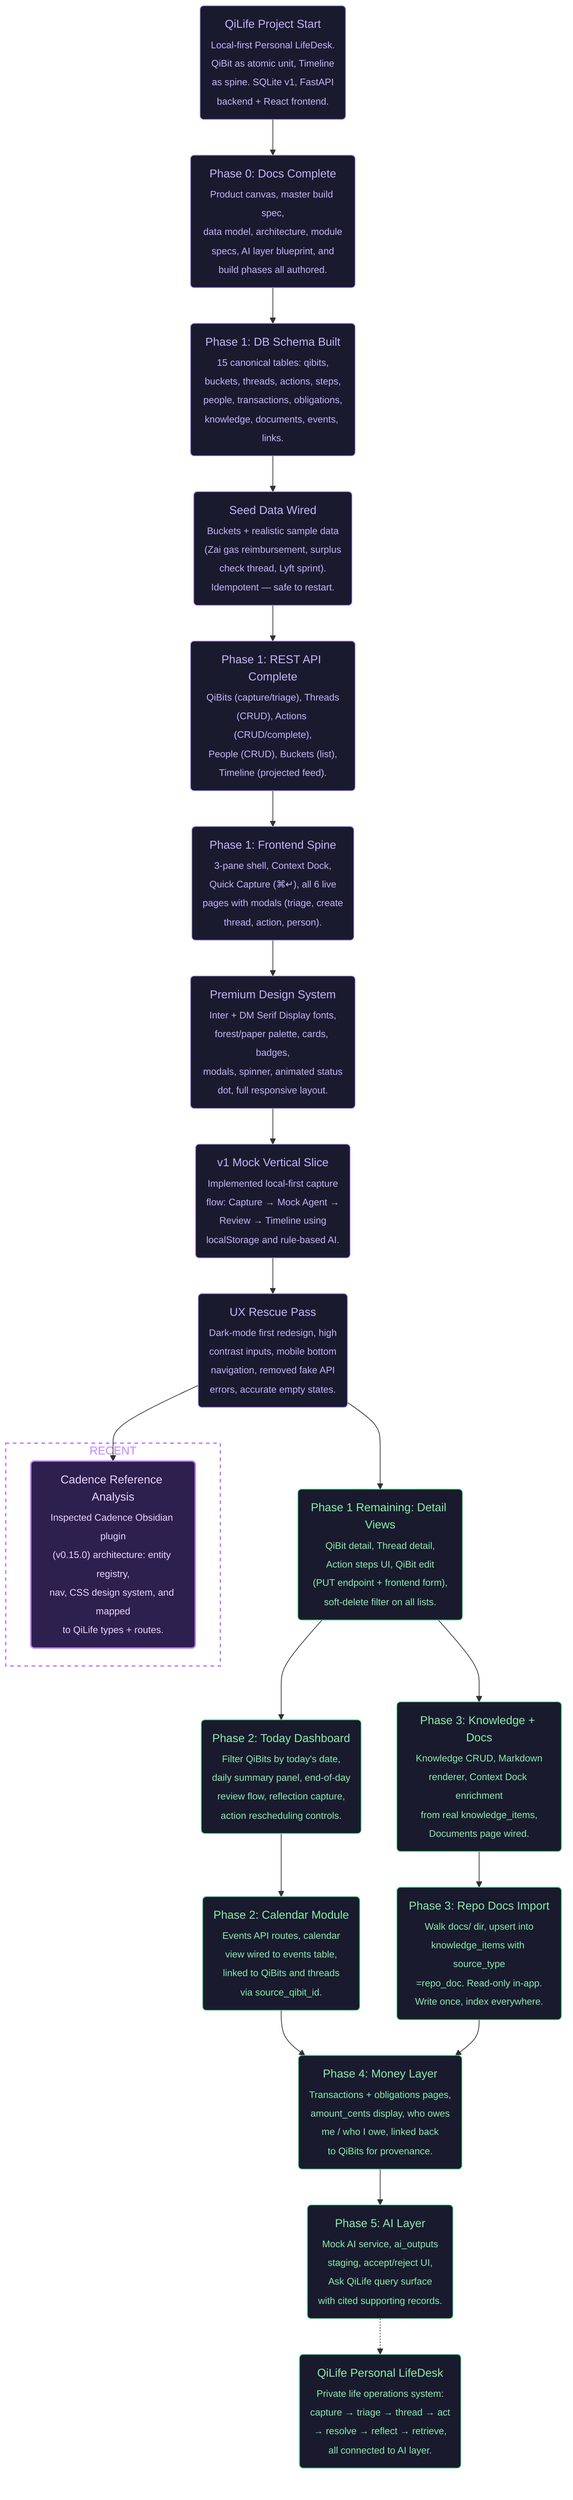
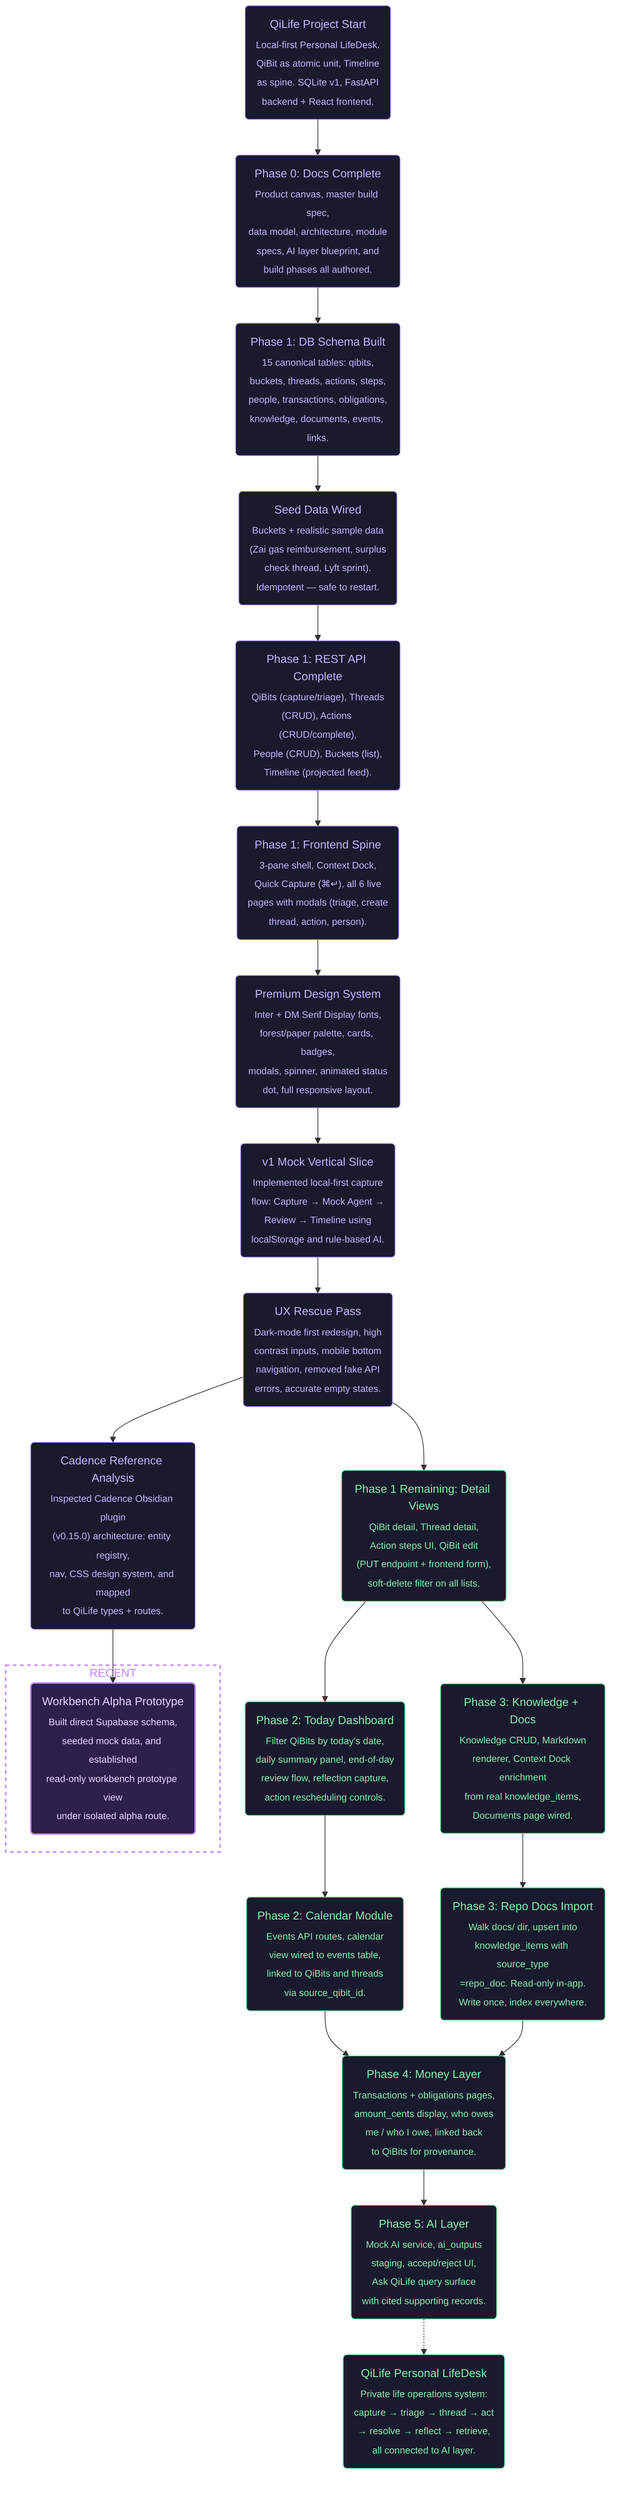
flowchart TD
    %% === PROJECT GOALS ===
    %% Ultimate Goal: QiLife — Cody's private Personal LifeDesk
    %% Current Goal: Phase 1 Spine complete, Cadence analysis done, move to Phase 2 Daily Command Layer

    %% === START ===
    %% @project_start [start, closed, 2026-05-29, cody]
    project_start("QiLife Project Start<br/><sub>Local-first Personal LifeDesk.<br/>QiBit as atomic unit, Timeline<br/>as spine. SQLite v1, FastAPI<br/>backend + React frontend.</sub>")

    %% @ultimate_goal [end, opened, 2026-05-29, cody]
    ultimate_goal("QiLife Personal LifeDesk<br/><sub>Private life operations system:<br/>capture → triage → thread → act<br/>→ resolve → reflect → retrieve,<br/>all connected to AI layer.</sub>")

    %% === PHASE 0 — DOCS ===
    %% @phase0_docs [ai-task, closed, 2026-05-29, cody]
    phase0_docs("Phase 0: Docs Complete<br/><sub>Product canvas, master build spec,<br/>data model, architecture, module<br/>specs, AI layer blueprint, and<br/>build phases all authored.</sub>")

    %% === PHASE 1 — SPINE ===
    %% @phase1_schema [ai-task, closed, 2026-05-29, codex]
    phase1_schema("Phase 1: DB Schema Built<br/><sub>15 canonical tables: qibits,<br/>buckets, threads, actions, steps,<br/>people, transactions, obligations,<br/>knowledge, documents, events, links.</sub>")

    %% @phase1_seed [ai-task, closed, 2026-05-29, codex]
    phase1_seed("Seed Data Wired<br/><sub>Buckets + realistic sample data<br/>(Zai gas reimbursement, surplus<br/>check thread, Lyft sprint).<br/>Idempotent — safe to restart.</sub>")

    %% @phase1_api [ai-task, closed, 2026-05-29, codex]
    phase1_api("Phase 1: REST API Complete<br/><sub>QiBits (capture/triage), Threads<br/>(CRUD), Actions (CRUD/complete),<br/>People (CRUD), Buckets (list),<br/>Timeline (projected feed).</sub>")

    %% @phase1_frontend [ai-task, closed, 2026-05-29, antigravity]
    phase1_frontend("Phase 1: Frontend Spine<br/><sub>3-pane shell, Context Dock,<br/>Quick Capture (⌘↵), all 6 live<br/>pages with modals (triage, create<br/>thread, action, person).</sub>")

    %% @phase1_design [ai-task, closed, 2026-05-29, antigravity]
    phase1_design("Premium Design System<br/><sub>Inter + DM Serif Display fonts,<br/>forest/paper palette, cards, badges,<br/>modals, spinner, animated status<br/>dot, full responsive layout.</sub>")

    %% === PHASE 2 — DAILY COMMAND ===
    %% @phase2_today [ai-task, opened, 2026-05-29, antigravity]
    phase2_today("Phase 2: Today Dashboard<br/><sub>Filter QiBits by today's date,<br/>daily summary panel, end-of-day<br/>review flow, reflection capture,<br/>action rescheduling controls.</sub>")

    %% @phase2_calendar [ai-task, opened, 2026-05-29, cody]
    phase2_calendar("Phase 2: Calendar Module<br/><sub>Events API routes, calendar<br/>view wired to events table,<br/>linked to QiBits and threads<br/>via source_qibit_id.</sub>")

    %% === PHASE 3 — CONTEXT LAYER ===
    %% @phase3_knowledge [ai-task, opened, 2026-05-29, cody]
    phase3_knowledge("Phase 3: Knowledge + Docs<br/><sub>Knowledge CRUD, Markdown<br/>renderer, Context Dock enrichment<br/>from real knowledge_items,<br/>Documents page wired.</sub>")

    %% @phase3_repo_import [ai-task, opened, 2026-05-29, cody]
    phase3_repo_import("Phase 3: Repo Docs Import<br/><sub>Walk docs/ dir, upsert into<br/>knowledge_items with source_type<br/>=repo_doc. Read-only in-app.<br/>Write once, index everywhere.</sub>")

    %% === PHASE 4 — MONEY ===
    %% @phase4_money [ai-task, opened, 2026-05-29, cody]
    phase4_money("Phase 4: Money Layer<br/><sub>Transactions + obligations pages,<br/>amount_cents display, who owes<br/>me / who I owe, linked back<br/>to QiBits for provenance.</sub>")

    %% === PHASE 5 — AI LAYER ===
    %% @phase5_ai [ai-task, opened, 2026-05-29, cody]
    phase5_ai("Phase 5: AI Layer<br/><sub>Mock AI service, ai_outputs<br/>staging, accept/reject UI,<br/>Ask QiLife query surface<br/>with cited supporting records.</sub>")

    %% === PHASE 1 REMAINING ===
    %% @phase1_detail_views [ai-task, opened, 2026-05-29, antigravity]
    phase1_detail_views("Phase 1 Remaining: Detail Views<br/><sub>QiBit detail, Thread detail,<br/>Action steps UI, QiBit edit<br/>(PUT endpoint + frontend form),<br/>soft-delete filter on all lists.</sub>")

    %% @phase1_mock_slice [ai-task, closed, 2026-05-30, antigravity]
    phase1_mock_slice("v1 Mock Vertical Slice<br/><sub>Implemented local-first capture<br/>flow: Capture → Mock Agent →<br/>Review → Timeline using<br/>localStorage and rule-based AI.</sub>")

    %% @phase1_ux_rescue [ai-task, closed, 2026-05-30, antigravity]
    phase1_ux_rescue("UX Rescue Pass<br/><sub>Dark-mode first redesign, high<br/>contrast inputs, mobile bottom<br/>navigation, removed fake API<br/>errors, accurate empty states.</sub>")

    %% === CADENCE REFERENCE ANALYSIS (parallel branch) ===
    %% @cadence_analysis [ai-task, closed, 2026-06-16, antigravity]
    cadence_analysis("Cadence Reference Analysis<br/><sub>Inspected Cadence Obsidian plugin<br/>(v0.15.0) architecture: entity registry,<br/>nav, CSS design system, and mapped<br/>to QiLife types + routes.</sub>")

+     %% === PHASE 2 WORKBENCH PROTOTYPE ===
+     %% @workbench_prototype [ai-task, closed, 2026-06-17, antigravity]
+     workbench_prototype("Workbench Alpha Prototype<br/><sub>Built direct Supabase schema,<br/>seeded mock data, and established<br/>read-only workbench prototype view<br/>under isolated alpha route.</sub>")
+ 
    %% === CONNECTIONS ===
    project_start --> phase0_docs
    phase0_docs --> phase1_schema
    phase1_schema --> phase1_seed
    phase1_seed --> phase1_api
    phase1_api --> phase1_frontend
    phase1_frontend --> phase1_design
    phase1_design --> phase1_mock_slice
    phase1_mock_slice --> phase1_ux_rescue
    phase1_ux_rescue --> phase1_detail_views
    phase1_ux_rescue --> cadence_analysis
+     cadence_analysis --> workbench_prototype

    phase1_detail_views --> phase2_today
    phase2_today --> phase2_calendar

    phase1_detail_views --> phase3_knowledge
    phase3_knowledge --> phase3_repo_import

    phase2_calendar --> phase4_money
    phase3_repo_import --> phase4_money

    phase4_money --> phase5_ai
    phase5_ai -.-> ultimate_goal

    %% === RECENT ===
    subgraph recent [RECENT]
-         cadence_analysis
+         workbench_prototype
    end

    %% === STYLES ===
    %% Closed (soft purple)
    style project_start fill:#1a1a2e,stroke:#a78bfa,color:#c4b5fd,stroke-width:1px
    style phase0_docs fill:#1a1a2e,stroke:#a78bfa,color:#c4b5fd,stroke-width:1px
    style phase1_schema fill:#1a1a2e,stroke:#a78bfa,color:#c4b5fd,stroke-width:1px
    style phase1_seed fill:#1a1a2e,stroke:#a78bfa,color:#c4b5fd,stroke-width:1px
    style phase1_api fill:#1a1a2e,stroke:#a78bfa,color:#c4b5fd,stroke-width:1px
    style phase1_frontend fill:#1a1a2e,stroke:#a78bfa,color:#c4b5fd,stroke-width:1px
    style phase1_design fill:#1a1a2e,stroke:#a78bfa,color:#c4b5fd,stroke-width:1px
    style phase1_mock_slice fill:#1a1a2e,stroke:#a78bfa,color:#c4b5fd,stroke-width:1px
    style phase1_ux_rescue fill:#1a1a2e,stroke:#a78bfa,color:#c4b5fd,stroke-width:1px
-     style cadence_analysis fill:#2d1f4e,stroke:#c084fc,color:#e9d5ff,stroke-width:2px
+     style cadence_analysis fill:#1a1a2e,stroke:#a78bfa,color:#c4b5fd,stroke-width:1px
+     style workbench_prototype fill:#2d1f4e,stroke:#c084fc,color:#e9d5ff,stroke-width:2px
    style recent fill:transparent,stroke:#c084fc,color:#c084fc,stroke-width:2px,stroke-dasharray:5 5

    %% Open (soft green)
    style ultimate_goal fill:#1a1a2e,stroke:#4ade80,color:#86efac,stroke-width:1px
    style phase1_detail_views fill:#1a1a2e,stroke:#4ade80,color:#86efac,stroke-width:1px
    style phase2_today fill:#1a1a2e,stroke:#4ade80,color:#86efac,stroke-width:1px
    style phase2_calendar fill:#1a1a2e,stroke:#4ade80,color:#86efac,stroke-width:1px
    style phase3_knowledge fill:#1a1a2e,stroke:#4ade80,color:#86efac,stroke-width:1px
    style phase3_repo_import fill:#1a1a2e,stroke:#4ade80,color:#86efac,stroke-width:1px
    style phase4_money fill:#1a1a2e,stroke:#4ade80,color:#86efac,stroke-width:1px
    style phase5_ai fill:#1a1a2e,stroke:#4ade80,color:#86efac,stroke-width:1px
